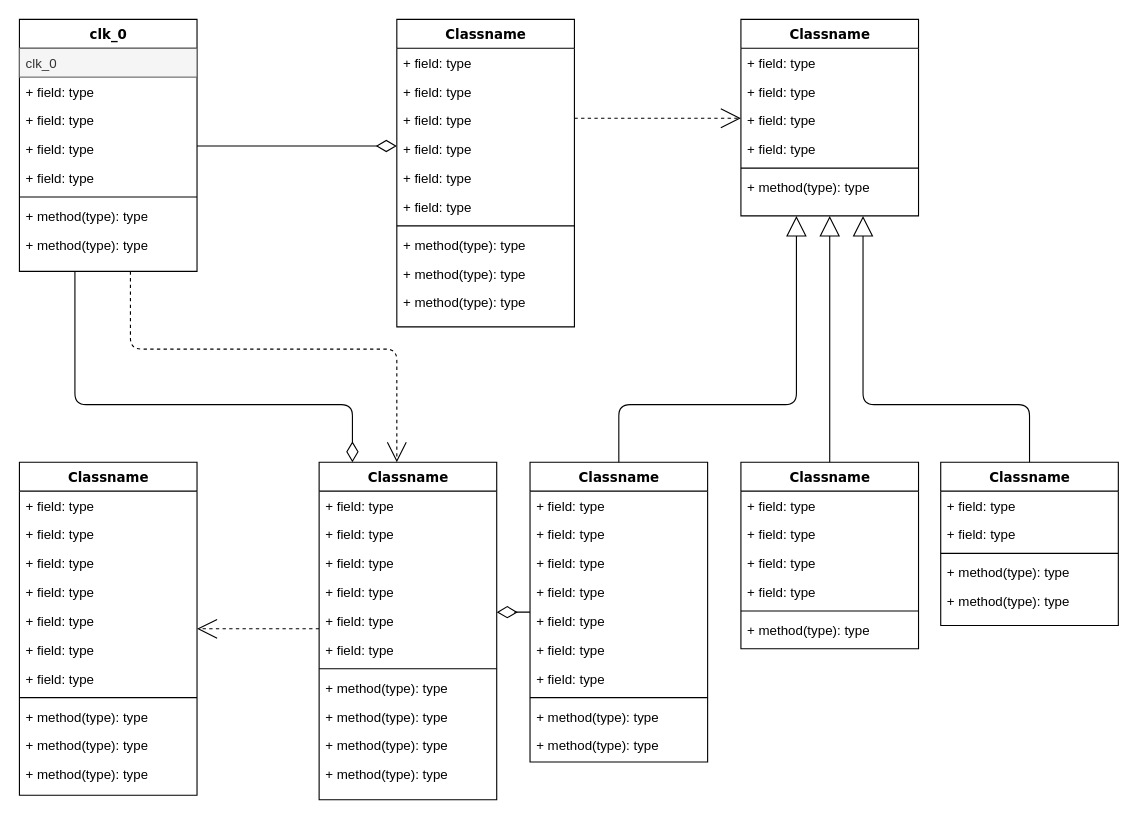
Above: FPGA.drawio in KasymovD/FPGA (draw.io), before the change. Source tidied: cells renumbered, new cells numbered last; positions are measured from the earlier drawing's top-left corner, leaving out a move shared by most shapes. Both pictures are drawn from the tidied source at 111%, with x=0, y=0 at pixel (19, 19).
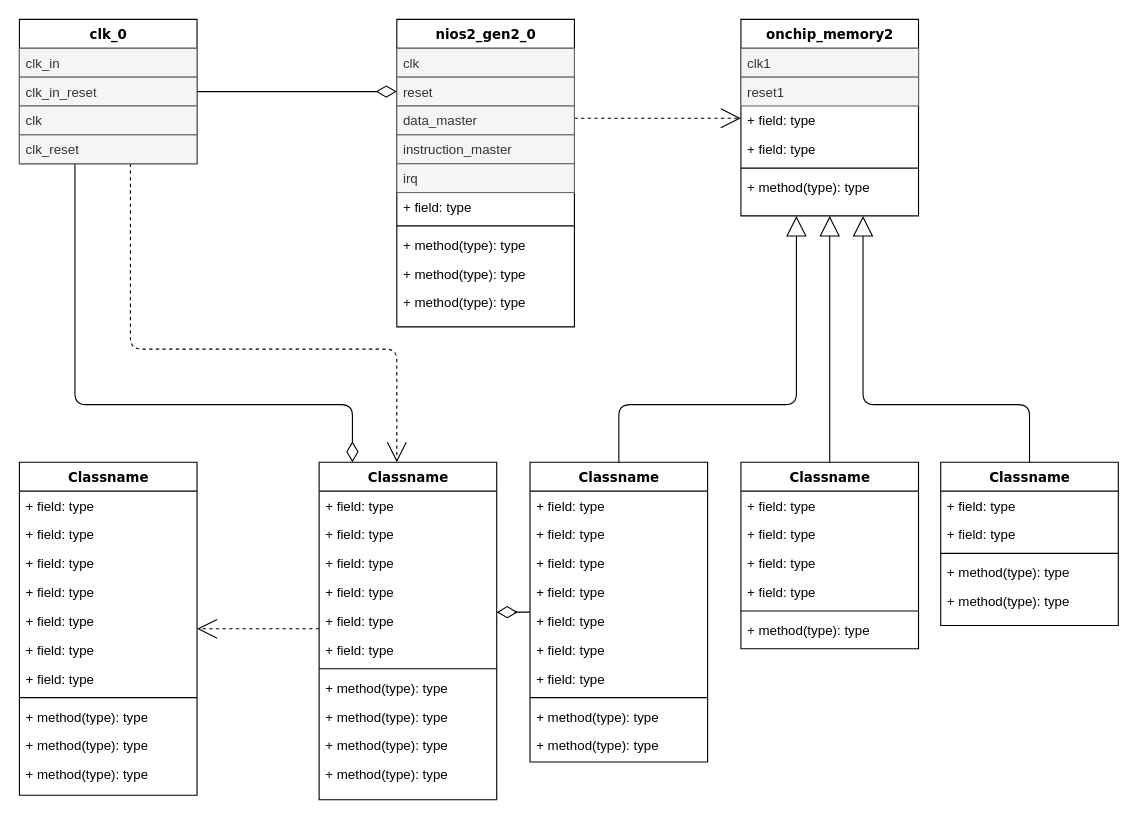
Above is the later version.

Change to the diagram source:
```diff
@@
     <mxCell id="4" value="clk_0" style="swimlane;html=1;fontStyle=1;align=center;verticalAlign=top;horizontal=1;startSize=26;swimlaneFillColor=#ffffff;rounded=0;shadow=0;comic=0;labelBackgroundColor=none;strokeWidth=1;fontFamily=Verdana;fontSize=12;" parent="1" vertex="1">
-      <mxGeometry width="160" height="227" as="geometry" />
+      <mxGeometry width="160" height="130" as="geometry" />
     </mxCell>
-    <mxCell id="5" value="clk_0" style="text;html=1;align=left;verticalAlign=top;spacingLeft=4;spacingRight=4;whiteSpace=wrap;overflow=hidden;fillColor=#f5f5f5;strokeColor=#666666;fontColor=#333333;" parent="4" vertex="1">
+    <mxCell id="5" value="clk_in" style="text;html=1;align=left;verticalAlign=top;spacingLeft=4;spacingRight=4;whiteSpace=wrap;overflow=hidden;fillColor=#f5f5f5;strokeColor=#666666;fontColor=#333333;" parent="4" vertex="1">
       <mxGeometry y="26" width="160" height="26" as="geometry" />
     </mxCell>
-    <mxCell id="6" value="+ field: type" style="text;html=1;strokeColor=none;fillColor=none;align=left;verticalAlign=top;spacingLeft=4;spacingRight=4;whiteSpace=wrap;overflow=hidden;" parent="4" vertex="1">
+    <mxCell id="6" value="&lt;span style=&quot;color: rgb(51, 51, 51);&quot;&gt;clk_in_reset&lt;/span&gt;" style="text;html=1;strokeColor=#666666;fillColor=#f5f5f5;align=left;verticalAlign=top;spacingLeft=4;spacingRight=4;whiteSpace=wrap;overflow=hidden;fontColor=#333333;" parent="4" vertex="1">
       <mxGeometry y="52" width="160" height="26" as="geometry" />
     </mxCell>
-    <mxCell id="7" value="+ field: type" style="text;html=1;strokeColor=none;fillColor=none;align=left;verticalAlign=top;spacingLeft=4;spacingRight=4;whiteSpace=wrap;overflow=hidden;" parent="4" vertex="1">
+    <mxCell id="7" value="&lt;span style=&quot;color: rgb(51, 51, 51);&quot;&gt;clk&lt;/span&gt;" style="text;html=1;strokeColor=#666666;fillColor=#f5f5f5;align=left;verticalAlign=top;spacingLeft=4;spacingRight=4;whiteSpace=wrap;overflow=hidden;fontColor=#333333;" parent="4" vertex="1">
       <mxGeometry y="78" width="160" height="26" as="geometry" />
     </mxCell>
-    <mxCell id="8" value="+ field: type" style="text;html=1;strokeColor=none;fillColor=none;align=left;verticalAlign=top;spacingLeft=4;spacingRight=4;whiteSpace=wrap;overflow=hidden;" parent="4" vertex="1">
+    <mxCell id="8" value="&lt;span style=&quot;color: rgb(51, 51, 51);&quot;&gt;clk_reset&lt;/span&gt;" style="text;html=1;strokeColor=#666666;fillColor=#f5f5f5;align=left;verticalAlign=top;spacingLeft=4;spacingRight=4;whiteSpace=wrap;overflow=hidden;fontColor=#333333;" parent="4" vertex="1">
       <mxGeometry y="104" width="160" height="26" as="geometry" />
     </mxCell>
-    <mxCell id="9" value="+ field: type" style="text;html=1;strokeColor=none;fillColor=none;align=left;verticalAlign=top;spacingLeft=4;spacingRight=4;whiteSpace=wrap;overflow=hidden;" parent="4" vertex="1">
-      <mxGeometry y="130" width="160" height="26" as="geometry" />
-    </mxCell>
-    <mxCell id="10" style="line;html=1;strokeWidth=1;fillColor=none;align=left;verticalAlign=middle;spacingTop=-1;spacingLeft=3;spacingRight=3;labelPosition=right;" parent="4" vertex="1">
-      <mxGeometry y="156" width="160" height="8" as="geometry" />
-    </mxCell>
-    <mxCell id="11" value="+ method(type): type" style="text;html=1;strokeColor=none;fillColor=none;align=left;verticalAlign=top;spacingLeft=4;spacingRight=4;whiteSpace=wrap;overflow=hidden;" parent="4" vertex="1">
-      <mxGeometry y="164" width="160" height="26" as="geometry" />
-    </mxCell>
-    <mxCell id="12" value="+ method(type): type" style="text;html=1;strokeColor=none;fillColor=none;align=left;verticalAlign=top;spacingLeft=4;spacingRight=4;whiteSpace=wrap;overflow=hidden;" parent="4" vertex="1">
-      <mxGeometry y="190" width="160" height="26" as="geometry" />
-    </mxCell>
@@
-    <mxCell id="14" value="Classname" style="swimlane;html=1;fontStyle=1;align=center;verticalAlign=top;horizontal=1;startSize=26;swimlaneFillColor=#ffffff;rounded=0;shadow=0;comic=0;labelBackgroundColor=none;strokeWidth=1;fillColor=none;fontFamily=Verdana;fontSize=12;" parent="1" vertex="1">
+    <mxCell id="14" value="nios2_gen2_0" style="swimlane;html=1;fontStyle=1;align=center;verticalAlign=top;horizontal=1;startSize=26;swimlaneFillColor=#ffffff;rounded=0;shadow=0;comic=0;labelBackgroundColor=none;strokeWidth=1;fillColor=none;fontFamily=Verdana;fontSize=12;" parent="1" vertex="1">
       <mxGeometry x="340" width="160" height="277" as="geometry" />
     </mxCell>
-    <mxCell id="15" value="+ field: type" style="text;html=1;align=left;verticalAlign=top;spacingLeft=4;spacingRight=4;whiteSpace=wrap;overflow=hidden;" parent="14" vertex="1">
+    <mxCell id="15" value="clk" style="text;html=1;align=left;verticalAlign=top;spacingLeft=4;spacingRight=4;whiteSpace=wrap;overflow=hidden;fillColor=#f5f5f5;fontColor=#333333;strokeColor=#666666;" parent="14" vertex="1">
       <mxGeometry y="26" width="160" height="26" as="geometry" />
     </mxCell>
-    <mxCell id="16" value="+ field: type" style="text;html=1;strokeColor=none;fillColor=none;align=left;verticalAlign=top;spacingLeft=4;spacingRight=4;whiteSpace=wrap;overflow=hidden;" parent="14" vertex="1">
+    <mxCell id="16" value="reset" style="text;html=1;strokeColor=#666666;fillColor=#f5f5f5;align=left;verticalAlign=top;spacingLeft=4;spacingRight=4;whiteSpace=wrap;overflow=hidden;fontColor=#333333;" parent="14" vertex="1">
       <mxGeometry y="52" width="160" height="26" as="geometry" />
     </mxCell>
-    <mxCell id="17" value="+ field: type" style="text;html=1;strokeColor=none;fillColor=none;align=left;verticalAlign=top;spacingLeft=4;spacingRight=4;whiteSpace=wrap;overflow=hidden;" parent="14" vertex="1">
+    <mxCell id="17" value="data_master" style="text;html=1;strokeColor=#666666;fillColor=#f5f5f5;align=left;verticalAlign=top;spacingLeft=4;spacingRight=4;whiteSpace=wrap;overflow=hidden;fontColor=#333333;" parent="14" vertex="1">
       <mxGeometry y="78" width="160" height="26" as="geometry" />
     </mxCell>
-    <mxCell id="18" value="+ field: type" style="text;html=1;strokeColor=none;fillColor=none;align=left;verticalAlign=top;spacingLeft=4;spacingRight=4;whiteSpace=wrap;overflow=hidden;" parent="14" vertex="1">
+    <mxCell id="18" value="instruction_master" style="text;html=1;strokeColor=#666666;fillColor=#f5f5f5;align=left;verticalAlign=top;spacingLeft=4;spacingRight=4;whiteSpace=wrap;overflow=hidden;fontColor=#333333;" parent="14" vertex="1">
       <mxGeometry y="104" width="160" height="26" as="geometry" />
     </mxCell>
-    <mxCell id="19" value="+ field: type" style="text;html=1;strokeColor=none;fillColor=none;align=left;verticalAlign=top;spacingLeft=4;spacingRight=4;whiteSpace=wrap;overflow=hidden;" parent="14" vertex="1">
+    <mxCell id="19" value="irq" style="text;html=1;strokeColor=#666666;fillColor=#f5f5f5;align=left;verticalAlign=top;spacingLeft=4;spacingRight=4;whiteSpace=wrap;overflow=hidden;fontColor=#333333;" parent="14" vertex="1">
       <mxGeometry y="130" width="160" height="26" as="geometry" />
     </mxCell>
@@
-    <mxCell id="25" value="Classname" style="swimlane;html=1;fontStyle=1;align=center;verticalAlign=top;horizontal=1;startSize=26;swimlaneFillColor=#ffffff;rounded=0;shadow=0;comic=0;labelBackgroundColor=none;strokeWidth=1;fillColor=none;fontFamily=Verdana;fontSize=12;" parent="1" vertex="1">
+    <mxCell id="25" value="onchip_memory2" style="swimlane;html=1;fontStyle=1;align=center;verticalAlign=top;horizontal=1;startSize=26;swimlaneFillColor=#ffffff;rounded=0;shadow=0;comic=0;labelBackgroundColor=none;strokeWidth=1;fillColor=none;fontFamily=Verdana;fontSize=12;" parent="1" vertex="1">
       <mxGeometry x="650" width="160" height="177" as="geometry" />
     </mxCell>
-    <mxCell id="26" value="+ field: type" style="text;html=1;strokeColor=none;fillColor=none;align=left;verticalAlign=top;spacingLeft=4;spacingRight=4;whiteSpace=wrap;overflow=hidden;" parent="25" vertex="1">
+    <mxCell id="26" value="clk1" style="text;html=1;strokeColor=#666666;fillColor=#f5f5f5;align=left;verticalAlign=top;spacingLeft=4;spacingRight=4;whiteSpace=wrap;overflow=hidden;fontColor=#333333;" parent="25" vertex="1">
       <mxGeometry y="26" width="160" height="26" as="geometry" />
     </mxCell>
-    <mxCell id="27" value="+ field: type" style="text;html=1;strokeColor=none;fillColor=none;align=left;verticalAlign=top;spacingLeft=4;spacingRight=4;whiteSpace=wrap;overflow=hidden;" parent="25" vertex="1">
+    <mxCell id="27" value="reset1" style="text;html=1;strokeColor=#666666;fillColor=#f5f5f5;align=left;verticalAlign=top;spacingLeft=4;spacingRight=4;whiteSpace=wrap;overflow=hidden;fontColor=#333333;" parent="25" vertex="1">
       <mxGeometry y="52" width="160" height="26" as="geometry" />
     </mxCell>
```
